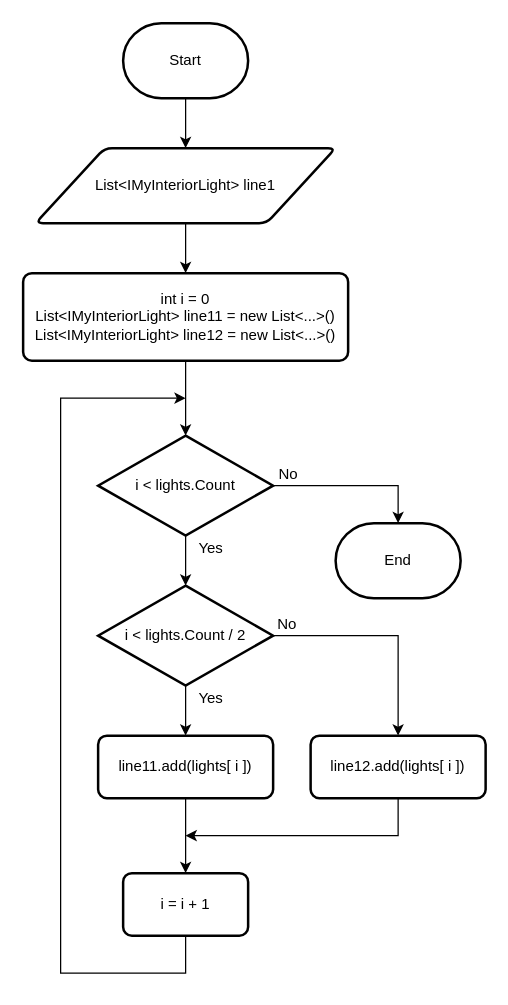
maxosprojects/se-scripting keeps this draw.io diagram as assets/diagrams/09-split-in-two-halves-algorithm.drawio. Above is the earlier version. Source tidied: cells renumbered, new cells numbered last; positions are measured from the earlier drawing's top-left corner, leaving out a move shared by most shapes. Both pictures are drawn from the tidied source at 125%, with x=0, y=0 at pixel (22, 22).
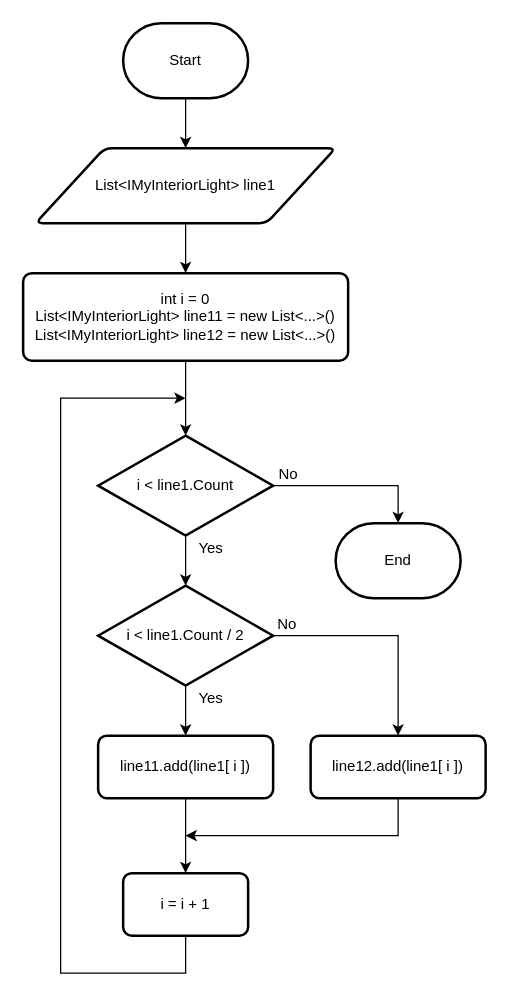
The same diagram, later.

Commit message (it also covers changes not shown here):
Fix diagram in part 9

What changed in the source:
```diff
@@
-    <mxCell id="11" value="i &amp;lt; lights.Count" style="strokeWidth=2;html=1;shape=mxgraph.flowchart.decision;whiteSpace=wrap;fillColor=none;" parent="1" vertex="1">
+    <mxCell id="11" value="i &amp;lt; line1.Count" style="strokeWidth=2;html=1;shape=mxgraph.flowchart.decision;whiteSpace=wrap;fillColor=none;" parent="1" vertex="1">
       <mxGeometry x="60" y="330" width="140" height="80" as="geometry" />
     </mxCell>
@@
-    <mxCell id="15" value="i &amp;lt; lights.Count / 2" style="strokeWidth=2;html=1;shape=mxgraph.flowchart.decision;whiteSpace=wrap;fillColor=none;" parent="1" vertex="1">
+    <mxCell id="15" value="i &amp;lt; line1.Count / 2" style="strokeWidth=2;html=1;shape=mxgraph.flowchart.decision;whiteSpace=wrap;fillColor=none;" parent="1" vertex="1">
       <mxGeometry x="60" y="450" width="140" height="80" as="geometry" />
     </mxCell>
@@
-    <mxCell id="17" value="&lt;span style=&quot;white-space: normal&quot;&gt;line11.add(lights[ i ])&lt;/span&gt;&lt;span style=&quot;white-space: normal&quot;&gt;&lt;br&gt;&lt;/span&gt;" style="rounded=1;whiteSpace=wrap;html=1;absoluteArcSize=1;arcSize=14;strokeWidth=2;fillColor=none;" parent="1" vertex="1">
+    <mxCell id="17" value="&lt;span style=&quot;white-space: normal&quot;&gt;line11.add(&lt;/span&gt;line1&lt;span style=&quot;white-space: normal&quot;&gt;[ i ])&lt;/span&gt;&lt;span style=&quot;white-space: normal&quot;&gt;&lt;br&gt;&lt;/span&gt;" style="rounded=1;whiteSpace=wrap;html=1;absoluteArcSize=1;arcSize=14;strokeWidth=2;fillColor=none;" parent="1" vertex="1">
       <mxGeometry x="60" y="570" width="140" height="50" as="geometry" />
     </mxCell>
@@
-    <mxCell id="19" value="&lt;span style=&quot;white-space: normal&quot;&gt;line12.add(lights[ i ])&lt;/span&gt;&lt;span style=&quot;white-space: normal&quot;&gt;&lt;br&gt;&lt;/span&gt;" style="rounded=1;whiteSpace=wrap;html=1;absoluteArcSize=1;arcSize=14;strokeWidth=2;fillColor=none;" parent="1" vertex="1">
+    <mxCell id="19" value="&lt;span style=&quot;white-space: normal&quot;&gt;line12.add(&lt;/span&gt;line1&lt;span style=&quot;white-space: normal&quot;&gt;[ i ])&lt;/span&gt;&lt;span style=&quot;white-space: normal&quot;&gt;&lt;br&gt;&lt;/span&gt;" style="rounded=1;whiteSpace=wrap;html=1;absoluteArcSize=1;arcSize=14;strokeWidth=2;fillColor=none;" parent="1" vertex="1">
       <mxGeometry x="230" y="570" width="140" height="50" as="geometry" />
     </mxCell>
```
